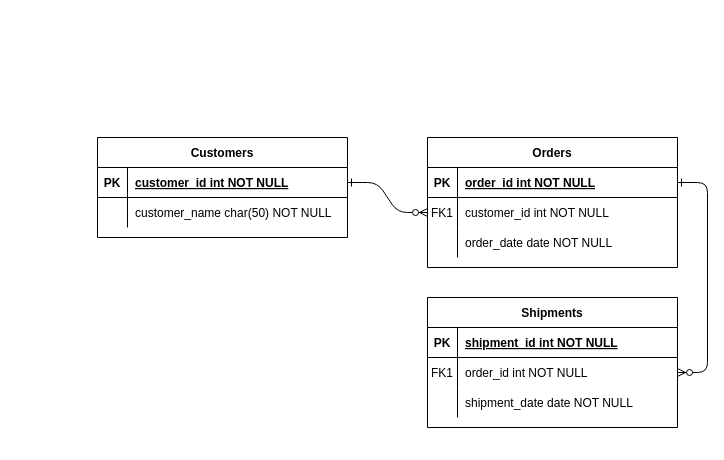
Earlier version of the draw.io diagram Atividade_ER_Biblioteca.drawio (SunTowers/College_Project-Basic_Code). Source tidied: cells renumbered, new cells numbered last; positions are measured from the earlier drawing's top-left corner, leaving out a move shared by most shapes. Both pictures are drawn from the tidied source at 100%, with x=0, y=0 at pixel (97, 137).
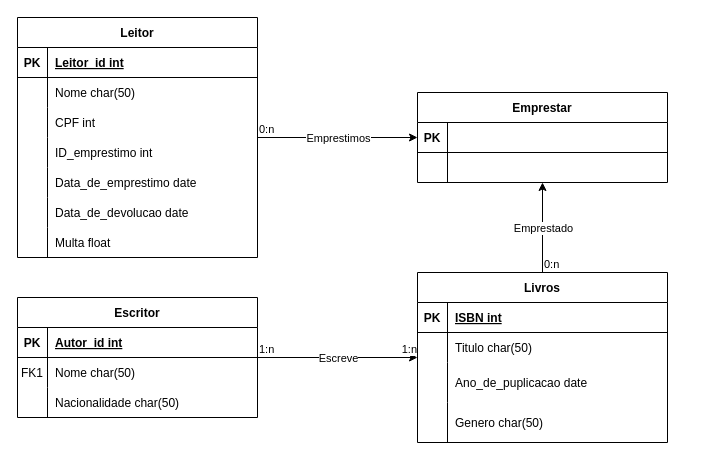
After the change.

Unchanged cells that the change refers to:
```xml
<mxCell id="5" style="shape=partialRectangle;fillColor=none;points=[[0,0.5],[1,0.5]];portConstraint=eastwest;top=0;left=0;right=0;bottom=1;" parent="4" vertex="1">
  <mxGeometry y="30" width="250" height="30" as="geometry" />
</mxCell>
<mxCell id="8" style="shape=partialRectangle;fillColor=none;points=[[0,0.5],[1,0.5]];portConstraint=eastwest;top=0;left=0;right=0;bottom=0;" parent="4" vertex="1">
  <mxGeometry y="60" width="250" height="30" as="geometry" />
</mxCell>
```

Diff of the diagram source:
```diff
@@
-    <mxCell id="2" style="edgeStyle=entityRelationEdgeStyle;endArrow=ERzeroToMany;startArrow=ERone;endFill=1;startFill=0;" parent="1" edge="1" source="25" target="8">
-      <mxGeometry relative="1" as="geometry" />
-    </mxCell>
-    <mxCell id="3" style="edgeStyle=entityRelationEdgeStyle;endArrow=ERzeroToMany;startArrow=ERone;endFill=1;startFill=0;" parent="1" edge="1" source="5" target="18">
-      <mxGeometry relative="1" as="geometry" />
-    </mxCell>
-    <mxCell id="4" value="Orders" style="shape=table;startSize=30;childLayout=tableLayout;rowLines=0;fontStyle=1;align=center;" parent="1" vertex="1">
-      <mxGeometry x="330" width="250" height="130" as="geometry" />
+    <mxCell id="4" value="Livros" style="shape=table;startSize=30;childLayout=tableLayout;rowLines=0;fontStyle=1;align=center;" parent="1" vertex="1">
+      <mxGeometry x="320" y="135" width="250" height="170" as="geometry" />
     </mxCell>
@@
-    <mxCell id="7" value="order_id int NOT NULL " style="shape=partialRectangle;overflow=hidden;fillColor=none;top=0;left=0;bottom=0;right=0;align=left;spacingLeft=6;fontStyle=5;" parent="5" vertex="1">
+    <mxCell id="7" value="ISBN int" style="shape=partialRectangle;overflow=hidden;fillColor=none;top=0;left=0;bottom=0;right=0;align=left;spacingLeft=6;fontStyle=5;" parent="5" vertex="1">
       <mxGeometry x="30" width="220" height="30" as="geometry" />
     </mxCell>
@@
-    <mxCell id="9" value="FK1" style="shape=partialRectangle;overflow=hidden;fillColor=none;top=0;left=0;bottom=0;right=0;" parent="8" vertex="1">
+    <mxCell id="9" style="shape=partialRectangle;overflow=hidden;fillColor=none;top=0;left=0;bottom=0;right=0;" parent="8" vertex="1">
       <mxGeometry width="30" height="30" as="geometry" />
     </mxCell>
-    <mxCell id="10" value="customer_id int NOT NULL" style="shape=partialRectangle;overflow=hidden;fillColor=none;top=0;left=0;bottom=0;right=0;align=left;spacingLeft=6;" parent="8" vertex="1">
+    <mxCell id="10" value="Titulo char(50)" style="shape=partialRectangle;overflow=hidden;fillColor=none;top=0;left=0;bottom=0;right=0;align=left;spacingLeft=6;" parent="8" vertex="1">
       <mxGeometry x="30" width="220" height="30" as="geometry" />
     </mxCell>
     <mxCell id="11" style="shape=partialRectangle;fillColor=none;top=0;left=0;right=0;bottom=0;" parent="4" vertex="1">
-      <mxGeometry y="90" width="250" height="30" as="geometry" />
+      <mxGeometry y="90" width="250" height="40" as="geometry" />
     </mxCell>
     <mxCell id="12" style="shape=partialRectangle;overflow=hidden;fillColor=none;top=0;left=0;bottom=0;right=0;" parent="11" vertex="1">
-      <mxGeometry width="30" height="30" as="geometry" />
+      <mxGeometry width="30" height="40" as="geometry" />
     </mxCell>
-    <mxCell id="13" value="order_date date NOT NULL" style="shape=partialRectangle;overflow=hidden;fillColor=none;top=0;left=0;bottom=0;right=0;align=left;spacingLeft=6;" parent="11" vertex="1">
-      <mxGeometry x="30" width="220" height="30" as="geometry" />
+    <mxCell id="13" value="Ano_de_puplicacao date" style="shape=partialRectangle;overflow=hidden;fillColor=none;top=0;left=0;bottom=0;right=0;align=left;spacingLeft=6;" parent="11" vertex="1">
+      <mxGeometry x="30" width="220" height="40" as="geometry" />
     </mxCell>
+    <mxCell id="31" style="shape=partialRectangle;fillColor=none;top=0;left=0;right=0;bottom=0;" parent="4" vertex="1">
+      <mxGeometry y="130" width="250" height="40" as="geometry" />
+    </mxCell>
+    <mxCell id="32" style="shape=partialRectangle;overflow=hidden;fillColor=none;top=0;left=0;bottom=0;right=0;" parent="31" vertex="1">
+      <mxGeometry width="30" height="40" as="geometry" />
+    </mxCell>
+    <mxCell id="33" value="Genero char(50)" style="shape=partialRectangle;overflow=hidden;fillColor=none;top=0;left=0;bottom=0;right=0;align=left;spacingLeft=6;" parent="31" vertex="1">
+      <mxGeometry x="30" width="220" height="40" as="geometry" />
+    </mxCell>
-    <mxCell id="14" value="Shipments" style="shape=table;startSize=30;childLayout=tableLayout;rowLines=0;fontStyle=1;align=center;" parent="1" vertex="1">
-      <mxGeometry x="330" y="160" width="250" height="130" as="geometry" />
+    <mxCell id="14" value="Escritor" style="shape=table;startSize=30;childLayout=tableLayout;rowLines=0;fontStyle=1;align=center;" parent="1" vertex="1">
+      <mxGeometry x="-80" y="160" width="240" height="120" as="geometry" />
     </mxCell>
     <mxCell id="15" style="shape=partialRectangle;fillColor=none;top=0;left=0;right=0;bottom=1;" parent="14" vertex="1">
-      <mxGeometry y="30" width="250" height="30" as="geometry" />
+      <mxGeometry y="30" width="240" height="30" as="geometry" />
     </mxCell>
@@
-    <mxCell id="17" value="shipment_id int NOT NULL " style="shape=partialRectangle;overflow=hidden;fillColor=none;top=0;left=0;bottom=0;right=0;align=left;spacingLeft=6;fontStyle=5;" parent="15" vertex="1">
-      <mxGeometry x="30" width="220" height="30" as="geometry" />
+    <mxCell id="17" value="Autor_id int" style="shape=partialRectangle;overflow=hidden;fillColor=none;top=0;left=0;bottom=0;right=0;align=left;spacingLeft=6;fontStyle=5;" parent="15" vertex="1">
+      <mxGeometry x="30" width="210" height="30" as="geometry" />
     </mxCell>
     <mxCell id="18" style="shape=partialRectangle;fillColor=none;points=[[0,0.5],[1,0.5]];portConstraint=eastwest;top=0;left=0;right=0;bottom=0;" parent="14" vertex="1">
-      <mxGeometry y="60" width="250" height="30" as="geometry" />
+      <mxGeometry y="60" width="240" height="30" as="geometry" />
     </mxCell>
@@
-    <mxCell id="20" value="order_id int NOT NULL" style="shape=partialRectangle;overflow=hidden;fillColor=none;top=0;left=0;bottom=0;right=0;align=left;spacingLeft=6;" parent="18" vertex="1">
-      <mxGeometry x="30" width="220" height="30" as="geometry" />
+    <mxCell id="20" value="Nome char(50)" style="shape=partialRectangle;overflow=hidden;fillColor=none;top=0;left=0;bottom=0;right=0;align=left;spacingLeft=6;" parent="18" vertex="1">
+      <mxGeometry x="30" width="210" height="30" as="geometry" />
     </mxCell>
     <mxCell id="21" style="shape=partialRectangle;fillColor=none;top=0;left=0;right=0;bottom=0;" parent="14" vertex="1">
-      <mxGeometry y="90" width="250" height="30" as="geometry" />
+      <mxGeometry y="90" width="240" height="30" as="geometry" />
     </mxCell>
@@
-    <mxCell id="23" value="shipment_date date NOT NULL" style="shape=partialRectangle;overflow=hidden;fillColor=none;top=0;left=0;bottom=0;right=0;align=left;spacingLeft=6;" parent="21" vertex="1">
-      <mxGeometry x="30" width="220" height="30" as="geometry" />
+    <mxCell id="23" value="Nacionalidade char(50)" style="shape=partialRectangle;overflow=hidden;fillColor=none;top=0;left=0;bottom=0;right=0;align=left;spacingLeft=6;" parent="21" vertex="1">
+      <mxGeometry x="30" width="210" height="30" as="geometry" />
     </mxCell>
-    <mxCell id="24" value="Customers" style="shape=table;startSize=30;childLayout=tableLayout;rowLines=0;fontStyle=1;align=center;" parent="1" vertex="1">
-      <mxGeometry width="250" height="100" as="geometry" />
+    <mxCell id="24" value="Leitor" style="shape=table;startSize=30;childLayout=tableLayout;rowLines=0;fontStyle=1;align=center;" parent="1" vertex="1">
+      <mxGeometry x="-80" y="-120" width="240" height="240" as="geometry" />
     </mxCell>
     <mxCell id="25" style="shape=partialRectangle;fillColor=none;points=[[0,0.5],[1,0.5]];portConstraint=eastwest;top=0;left=0;right=0;bottom=1;" parent="24" vertex="1">
-      <mxGeometry y="30" width="250" height="30" as="geometry" />
+      <mxGeometry y="30" width="240" height="30" as="geometry" />
     </mxCell>
@@
-    <mxCell id="27" value="customer_id int NOT NULL " style="shape=partialRectangle;overflow=hidden;fillColor=none;top=0;left=0;bottom=0;right=0;align=left;spacingLeft=6;fontStyle=5;" parent="25" vertex="1">
-      <mxGeometry x="30" width="220" height="30" as="geometry" />
+    <mxCell id="27" value="Leitor_id int" style="shape=partialRectangle;overflow=hidden;fillColor=none;top=0;left=0;bottom=0;right=0;align=left;spacingLeft=6;fontStyle=5;" parent="25" vertex="1">
+      <mxGeometry x="30" width="210" height="30" as="geometry" />
     </mxCell>
     <mxCell id="28" style="shape=partialRectangle;fillColor=none;top=0;left=0;right=0;bottom=0;" parent="24" vertex="1">
-      <mxGeometry y="60" width="250" height="30" as="geometry" />
+      <mxGeometry y="60" width="240" height="30" as="geometry" />
     </mxCell>
@@
-    <mxCell id="30" value="customer_name char(50) NOT NULL" style="shape=partialRectangle;overflow=hidden;fillColor=none;top=0;left=0;bottom=0;right=0;align=left;spacingLeft=6;" parent="28" vertex="1">
-      <mxGeometry x="30" width="220" height="30" as="geometry" />
+    <mxCell id="30" value="Nome char(50)" style="shape=partialRectangle;overflow=hidden;fillColor=none;top=0;left=0;bottom=0;right=0;align=left;spacingLeft=6;" parent="28" vertex="1">
+      <mxGeometry x="30" width="210" height="30" as="geometry" />
     </mxCell>
+    <mxCell id="34" style="shape=partialRectangle;fillColor=none;top=0;left=0;right=0;bottom=0;" parent="24" vertex="1">
+      <mxGeometry y="90" width="240" height="30" as="geometry" />
+    </mxCell>
+    <mxCell id="35" style="shape=partialRectangle;overflow=hidden;fillColor=none;top=0;left=0;bottom=0;right=0;" parent="34" vertex="1">
+      <mxGeometry width="30" height="30" as="geometry" />
+    </mxCell>
+    <mxCell id="36" value="CPF int" style="shape=partialRectangle;overflow=hidden;fillColor=none;top=0;left=0;bottom=0;right=0;align=left;spacingLeft=6;" parent="34" vertex="1">
+      <mxGeometry x="30" width="210" height="30" as="geometry" />
+    </mxCell>
+    <mxCell id="37" style="shape=partialRectangle;fillColor=none;top=0;left=0;right=0;bottom=0;" parent="24" vertex="1">
+      <mxGeometry y="120" width="240" height="30" as="geometry" />
+    </mxCell>
+    <mxCell id="38" style="shape=partialRectangle;overflow=hidden;fillColor=none;top=0;left=0;bottom=0;right=0;" parent="37" vertex="1">
+      <mxGeometry width="30" height="30" as="geometry" />
+    </mxCell>
+    <mxCell id="39" value="ID_emprestimo int" style="shape=partialRectangle;overflow=hidden;fillColor=none;top=0;left=0;bottom=0;right=0;align=left;spacingLeft=6;" parent="37" vertex="1">
+      <mxGeometry x="30" width="210" height="30" as="geometry" />
+    </mxCell>
+    <mxCell id="40" style="shape=partialRectangle;fillColor=none;top=0;left=0;right=0;bottom=0;" parent="24" vertex="1">
+      <mxGeometry y="150" width="240" height="30" as="geometry" />
+    </mxCell>
+    <mxCell id="41" style="shape=partialRectangle;overflow=hidden;fillColor=none;top=0;left=0;bottom=0;right=0;" parent="40" vertex="1">
+      <mxGeometry width="30" height="30" as="geometry" />
+    </mxCell>
+    <mxCell id="42" value="Data_de_emprestimo date" style="shape=partialRectangle;overflow=hidden;fillColor=none;top=0;left=0;bottom=0;right=0;align=left;spacingLeft=6;" parent="40" vertex="1">
+      <mxGeometry x="30" width="210" height="30" as="geometry" />
+    </mxCell>
+    <mxCell id="43" style="shape=partialRectangle;fillColor=none;top=0;left=0;right=0;bottom=0;" parent="24" vertex="1">
+      <mxGeometry y="180" width="240" height="30" as="geometry" />
+    </mxCell>
+    <mxCell id="44" style="shape=partialRectangle;overflow=hidden;fillColor=none;top=0;left=0;bottom=0;right=0;" parent="43" vertex="1">
+      <mxGeometry width="30" height="30" as="geometry" />
+    </mxCell>
+    <mxCell id="45" value="Data_de_devolucao date" style="shape=partialRectangle;overflow=hidden;fillColor=none;top=0;left=0;bottom=0;right=0;align=left;spacingLeft=6;" parent="43" vertex="1">
+      <mxGeometry x="30" width="210" height="30" as="geometry" />
+    </mxCell>
+    <mxCell id="46" style="shape=partialRectangle;fillColor=none;top=0;left=0;right=0;bottom=0;" parent="24" vertex="1">
+      <mxGeometry y="210" width="240" height="30" as="geometry" />
+    </mxCell>
+    <mxCell id="47" style="shape=partialRectangle;overflow=hidden;fillColor=none;top=0;left=0;bottom=0;right=0;" parent="46" vertex="1">
+      <mxGeometry width="30" height="30" as="geometry" />
+    </mxCell>
+    <mxCell id="48" value="Multa float" style="shape=partialRectangle;overflow=hidden;fillColor=none;top=0;left=0;bottom=0;right=0;align=left;spacingLeft=6;" parent="46" vertex="1">
+      <mxGeometry x="30" width="210" height="30" as="geometry" />
+    </mxCell>
+    <mxCell id="49" value="Emprestar" style="shape=table;startSize=30;childLayout=tableLayout;rowLines=0;fontStyle=1;align=center;" parent="1" vertex="1">
+      <mxGeometry x="320" y="-45" width="250" height="90" as="geometry" />
+    </mxCell>
+    <mxCell id="50" style="shape=partialRectangle;fillColor=none;top=0;left=0;right=0;bottom=1;" parent="49" vertex="1">
+      <mxGeometry y="30" width="250" height="30" as="geometry" />
+    </mxCell>
+    <mxCell id="51" value="PK" style="shape=partialRectangle;overflow=hidden;fillColor=none;top=0;left=0;bottom=0;right=0;fontStyle=1;" parent="50" vertex="1">
+      <mxGeometry width="30" height="30" as="geometry" />
+    </mxCell>
+    <mxCell id="52" style="shape=partialRectangle;overflow=hidden;fillColor=none;top=0;left=0;bottom=0;right=0;align=left;spacingLeft=6;fontStyle=5;" parent="50" vertex="1">
+      <mxGeometry x="30" width="220" height="30" as="geometry" />
+    </mxCell>
+    <mxCell id="53" style="shape=partialRectangle;fillColor=none;top=0;left=0;right=0;bottom=0;" parent="49" vertex="1">
+      <mxGeometry y="60" width="250" height="30" as="geometry" />
+    </mxCell>
+    <mxCell id="54" style="shape=partialRectangle;overflow=hidden;fillColor=none;top=0;left=0;bottom=0;right=0;" parent="53" vertex="1">
+      <mxGeometry width="30" height="30" as="geometry" />
+    </mxCell>
+    <mxCell id="55" style="shape=partialRectangle;overflow=hidden;fillColor=none;top=0;left=0;bottom=0;right=0;align=left;spacingLeft=6;" parent="53" vertex="1">
+      <mxGeometry x="30" width="220" height="30" as="geometry" />
+    </mxCell>
+    <mxCell id="56" style="endArrow=classic;html=1;rounded=0;" parent="1" edge="1" source="14" target="4">
+      <mxGeometry relative="1" as="geometry" />
+    </mxCell>
+    <mxCell id="57" value="Escreve" style="edgeLabel;html=1;align=center;verticalAlign=middle;" parent="56" vertex="1">
+      <mxGeometry relative="1" as="geometry" />
+    </mxCell>
+    <mxCell id="58" value="1:n" style="edgeLabel;html=1;align=left;verticalAlign=bottom;" parent="56" vertex="1">
+      <mxGeometry x="-1" relative="1" as="geometry" />
+    </mxCell>
+    <mxCell id="59" value="1:n" style="edgeLabel;html=1;align=right;verticalAlign=bottom;" parent="56" vertex="1">
+      <mxGeometry x="1" relative="1" as="geometry" />
+    </mxCell>
+    <mxCell id="60" style="endArrow=classic;html=1;rounded=0;" parent="1" edge="1" source="4" target="49">
+      <mxGeometry relative="1" as="geometry" />
+    </mxCell>
+    <mxCell id="61" value="Emprestado" style="edgeLabel;html=1;align=center;verticalAlign=middle;" parent="60" vertex="1">
+      <mxGeometry relative="1" as="geometry" />
+    </mxCell>
+    <mxCell id="62" value="0:n" style="edgeLabel;html=1;align=left;verticalAlign=bottom;" parent="60" vertex="1">
+      <mxGeometry x="-1" relative="1" as="geometry" />
+    </mxCell>
+    <mxCell id="63" style="endArrow=classic;html=1;rounded=0;" parent="1" edge="1" source="24" target="49">
+      <mxGeometry relative="1" as="geometry" />
+    </mxCell>
+    <mxCell id="64" value="Emprestimos" style="edgeLabel;html=1;align=center;verticalAlign=middle;" parent="63" vertex="1">
+      <mxGeometry relative="1" as="geometry" />
+    </mxCell>
+    <mxCell id="65" value="0:n" style="edgeLabel;html=1;align=left;verticalAlign=bottom;" parent="63" vertex="1">
+      <mxGeometry x="-1" relative="1" as="geometry" />
+    </mxCell>
```
